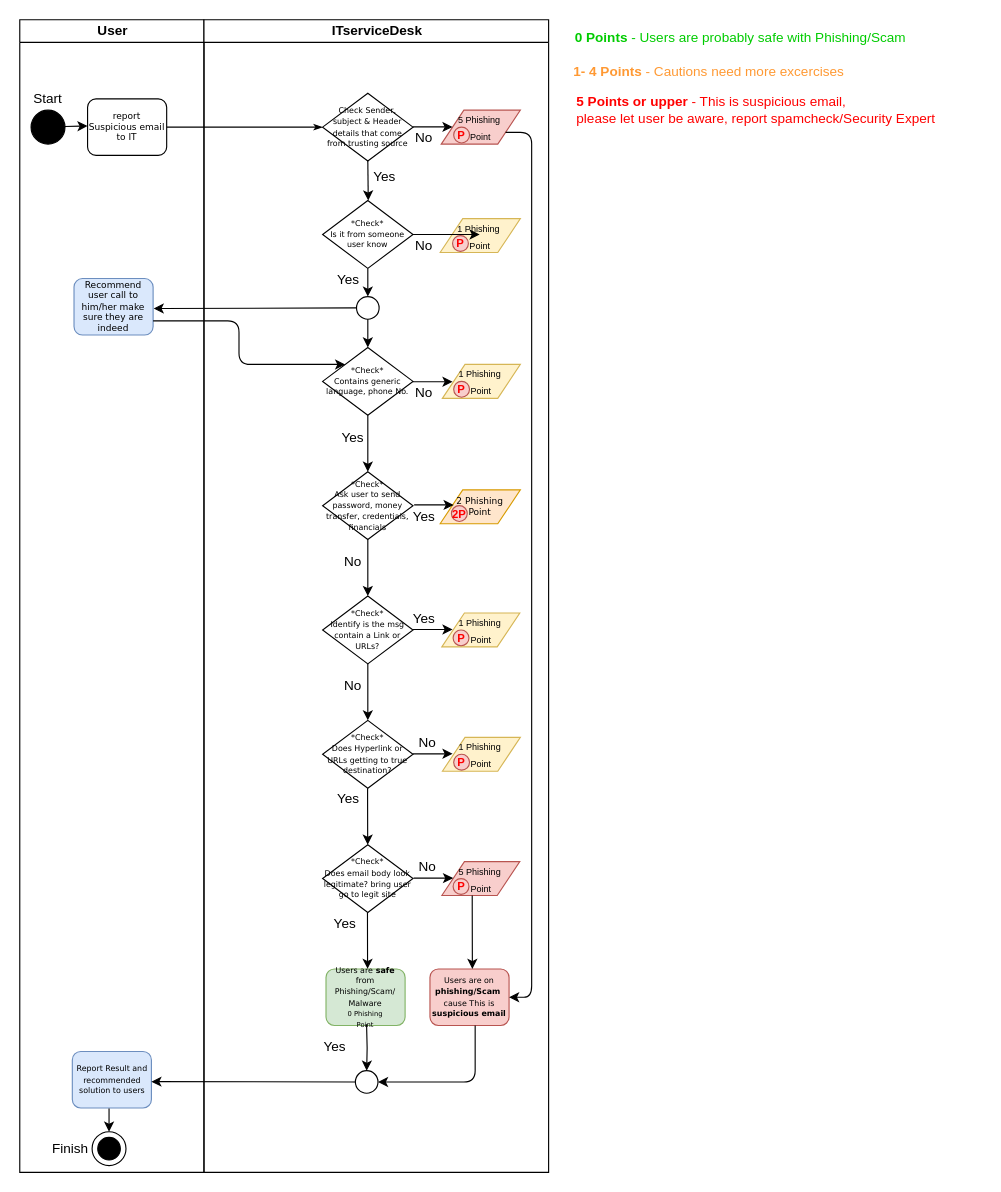
psukasame/sukasamecloud keeps this draw.io diagram as Sec-L1-ITSD.drawio. Above is the earlier version. Source tidied: cells renumbered, new cells numbered last; positions are measured from the earlier drawing's top-left corner, leaving out a move shared by most shapes. Both pictures are drawn from the tidied source at 113%, with x=0, y=0 at pixel (19, 19).
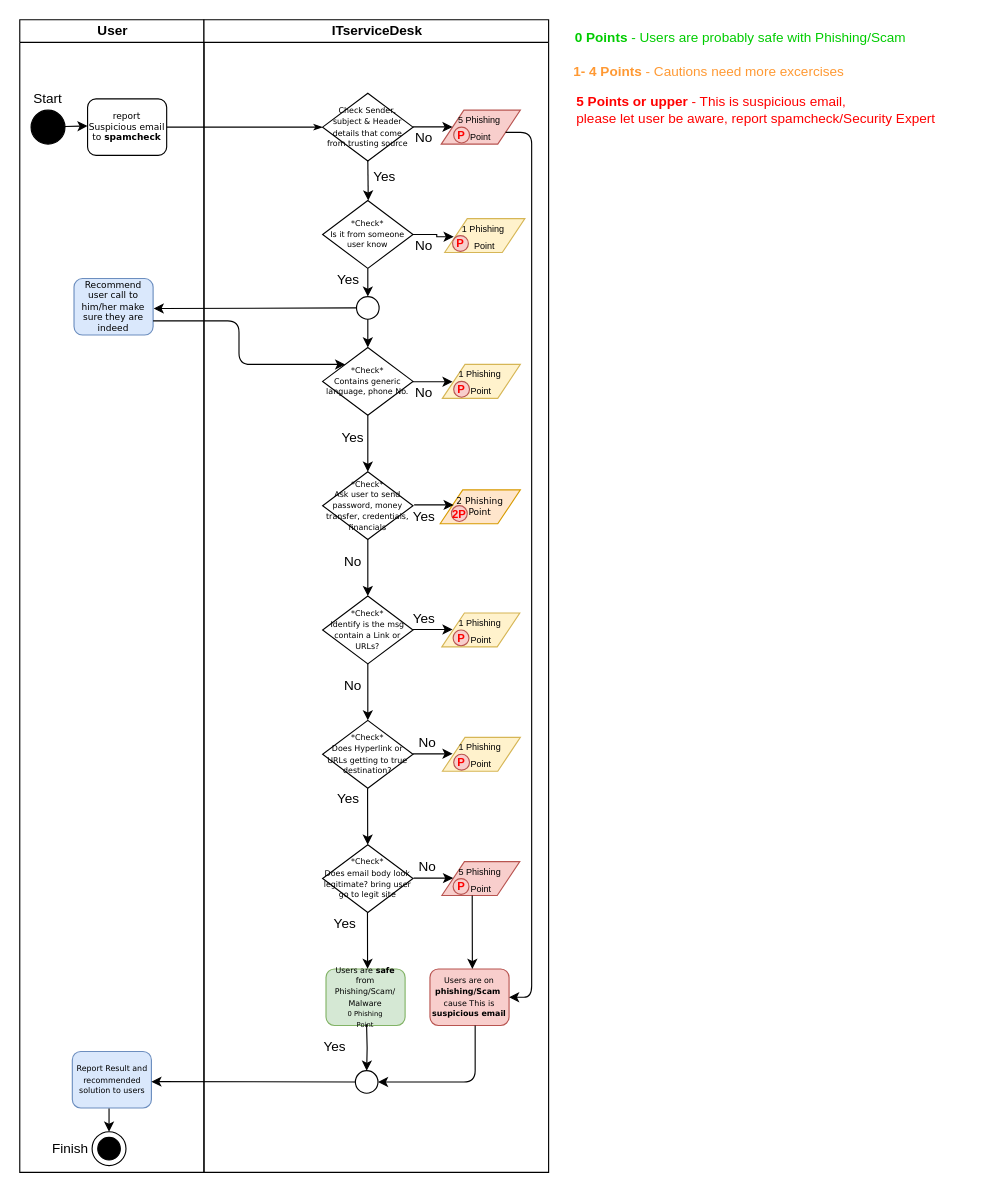
After the change.

Unchanged cells that the change refers to:
```xml
<mxCell id="3" value="User" style="swimlane;html=1;startSize=20;" parent="1" vertex="1">
  <mxGeometry width="163" height="1020" as="geometry" />
</mxCell>
<mxCell id="14" value="ITserviceDesk" style="swimlane;html=1;startSize=20;" parent="1" vertex="1">
  <mxGeometry x="163" width="305" height="1020" as="geometry" />
</mxCell>
<mxCell id="15" value="&lt;font style=&quot;font-size: 7px&quot;&gt;*Check*&lt;br&gt;Is it from someone user know&lt;/font&gt;" style="rhombus;whiteSpace=wrap;html=1;rounded=0;shadow=0;labelBackgroundColor=none;strokeWidth=1;fontFamily=Verdana;fontSize=8;align=center;" parent="14" vertex="1">
  <mxGeometry x="105" y="160" width="80" height="60" as="geometry" />
</mxCell>
```

Diff of the diagram source:
```diff
@@
-    <mxCell id="4" value="report&lt;br&gt;Suspicious email&lt;br&gt;to IT" style="rounded=1;whiteSpace=wrap;html=1;shadow=0;labelBackgroundColor=none;strokeWidth=1;fontFamily=Verdana;fontSize=8;align=center;" parent="3" vertex="1">
+    <mxCell id="4" value="report&lt;br&gt;Suspicious email&lt;br&gt;to &lt;b&gt;spamcheck&lt;/b&gt;" style="rounded=1;whiteSpace=wrap;html=1;shadow=0;labelBackgroundColor=none;strokeWidth=1;fontFamily=Verdana;fontSize=8;align=center;" parent="3" vertex="1">
       <mxGeometry x="60" y="70" width="70" height="50" as="geometry" />
     </mxCell>
@@
     <mxCell id="42" value="&lt;font style=&quot;font-size: 8px&quot;&gt;1 Phishing&amp;nbsp;&lt;br&gt;Point&lt;br&gt;&lt;/font&gt;" style="shape=parallelogram;perimeter=parallelogramPerimeter;whiteSpace=wrap;html=1;fixedSize=1;fillColor=#fff2cc;strokeColor=#d6b656;" parent="14" vertex="1">
-      <mxGeometry x="209" y="176" width="71" height="30" as="geometry" />
+      <mxGeometry x="213" y="176" width="71" height="30" as="geometry" />
     </mxCell>
@@
+    <mxCell id="76" style="edgeStyle=orthogonalEdgeStyle;rounded=0;orthogonalLoop=1;jettySize=auto;html=1;entryX=0;entryY=0.5;entryDx=0;entryDy=0;exitX=0.25;exitY=0;exitDx=0;exitDy=0;" parent="14" edge="1">
+      <mxGeometry relative="1" as="geometry">
+        <mxPoint x="185" y="190" as="sourcePoint" />
+        <mxPoint x="221" y="192" as="targetPoint" />
+        <Array as="points">
+          <mxPoint x="206" y="190" />
+          <mxPoint x="206" y="192" />
+        </Array>
+      </mxGeometry>
+    </mxCell>
@@
-    <mxCell id="76" style="edgeStyle=orthogonalEdgeStyle;rounded=0;jettySize=auto;html=1;" parent="1" edge="1" source="15">
-      <mxGeometry relative="1" as="geometry">
-        <mxPoint x="407" y="190" as="targetPoint" />
-      </mxGeometry>
-    </mxCell>
```
